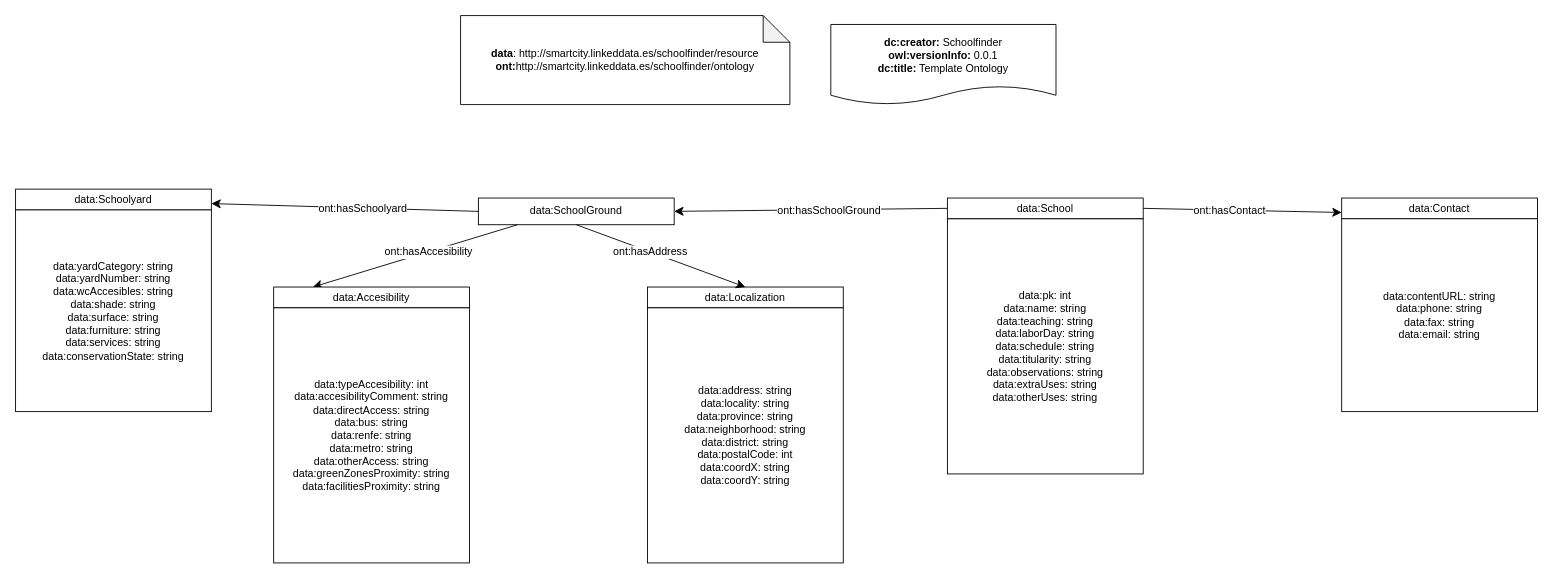
This is HandsOn/Group03/ontology/Ontology_school_finder-diagram.drawio.xml from FacultadInformatica-LinkedData/Curso2022-2023-ODKG, a draw.io file, before an edit. Source tidied: cells renumbered, new cells numbered last; positions are measured from the earlier drawing's top-left corner, leaving out a move shared by most shapes. Both pictures are drawn from the tidied source at 89%, with x=0, y=0 at pixel (15, 15).
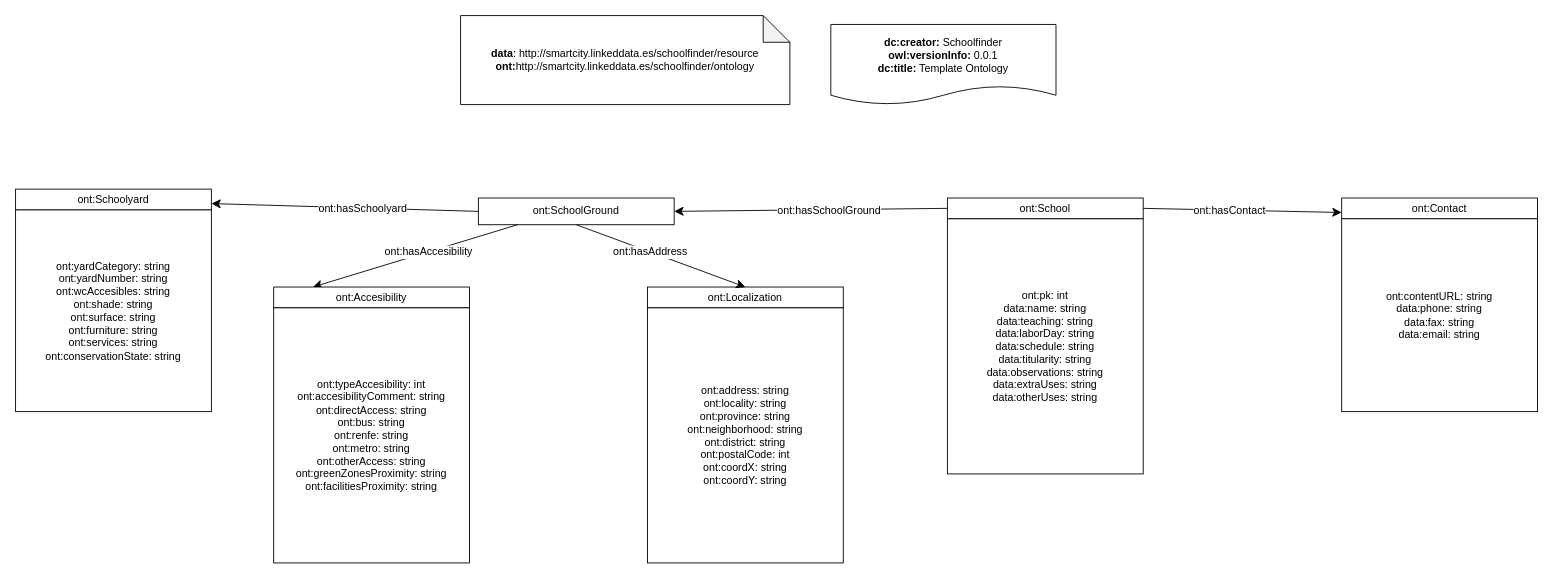
The same diagram, later.

Commit message (it also covers changes not shown here):
Corrected ontology and diagram

The change refers to these unchanged cells:
```xml
<mxCell id="4" style="group;" parent="1" vertex="1">
  <mxGeometry x="1047" y="205" width="220" height="310" as="geometry" />
</mxCell>
<mxCell id="12" style="group;" parent="1" vertex="1">
  <mxGeometry x="710" y="305" width="220" height="310" as="geometry" />
</mxCell>
<mxCell id="15" style="group;" parent="1" vertex="1">
  <mxGeometry x="290" y="305" width="220" height="310" as="geometry" />
</mxCell>
<mxCell id="20" style="group;" parent="1" vertex="1">
  <mxGeometry y="195" width="220" height="310" as="geometry" />
</mxCell>
```

The edit, as a diff of the source:
```diff
@@
-    <mxCell id="5" value="data:pk: int&lt;br&gt;data:name: string&lt;br&gt;data:teaching: string&lt;br&gt;data:laborDay: string&lt;br&gt;data:schedule: string&lt;br&gt;data:titularity: string&lt;br&gt;data:observations: string&lt;br&gt;data:extraUses: string&lt;br&gt;data:otherUses: string" style="rounded=0;whiteSpace=wrap;html=1;" parent="4" vertex="1">
+    <mxCell id="5" value="ont:pk: int&lt;br&gt;data:name: string&lt;br&gt;data:teaching: string&lt;br&gt;data:laborDay: string&lt;br&gt;data:schedule: string&lt;br&gt;data:titularity: string&lt;br&gt;data:observations: string&lt;br&gt;data:extraUses: string&lt;br&gt;data:otherUses: string" style="rounded=0;whiteSpace=wrap;html=1;" parent="4" vertex="1">
       <mxGeometry y="23.3" width="220" height="286.7" as="geometry" />
     </mxCell>
-    <mxCell id="6" value="data:School" style="rounded=0;whiteSpace=wrap;html=1;snapToPoint=1;points=[[0.1,0],[0.2,0],[0.3,0],[0.4,0],[0.5,0],[0.6,0],[0.7,0],[0.8,0],[0.9,0],[0,0.1],[0,0.3],[0,0.5],[0,0.7],[0,0.9],[0.1,1],[0.2,1],[0.3,1],[0.4,1],[0.5,1],[0.6,1],[0.7,1],[0.8,1],[0.9,1],[1,0.1],[1,0.3],[1,0.5],[1,0.7],[1,0.9]];" parent="4" vertex="1">
+    <mxCell id="6" value="ont:School" style="rounded=0;whiteSpace=wrap;html=1;snapToPoint=1;points=[[0.1,0],[0.2,0],[0.3,0],[0.4,0],[0.5,0],[0.6,0],[0.7,0],[0.8,0],[0.9,0],[0,0.1],[0,0.3],[0,0.5],[0,0.7],[0,0.9],[0.1,1],[0.2,1],[0.3,1],[0.4,1],[0.5,1],[0.6,1],[0.7,1],[0.8,1],[0.9,1],[1,0.1],[1,0.3],[1,0.5],[1,0.7],[1,0.9]];" parent="4" vertex="1">
       <mxGeometry width="220" height="23.2" as="geometry" />
     </mxCell>
-    <mxCell id="7" value="data:SchoolGround" style="rounded=0;whiteSpace=wrap;html=1;snapToPoint=1;points=[[0.1,0],[0.2,0],[0.3,0],[0.4,0],[0.5,0],[0.6,0],[0.7,0],[0.8,0],[0.9,0],[0,0.1],[0,0.3],[0,0.5],[0,0.7],[0,0.9],[0.1,1],[0.2,1],[0.3,1],[0.4,1],[0.5,1],[0.6,1],[0.7,1],[0.8,1],[0.9,1],[1,0.1],[1,0.3],[1,0.5],[1,0.7],[1,0.9]];" parent="1" vertex="1">
+    <mxCell id="7" value="ont:SchoolGround" style="rounded=0;whiteSpace=wrap;html=1;snapToPoint=1;points=[[0.1,0],[0.2,0],[0.3,0],[0.4,0],[0.5,0],[0.6,0],[0.7,0],[0.8,0],[0.9,0],[0,0.1],[0,0.3],[0,0.5],[0,0.7],[0,0.9],[0.1,1],[0.2,1],[0.3,1],[0.4,1],[0.5,1],[0.6,1],[0.7,1],[0.8,1],[0.9,1],[1,0.1],[1,0.3],[1,0.5],[1,0.7],[1,0.9]];" parent="1" vertex="1">
       <mxGeometry x="520" y="205" width="220" height="30" as="geometry" />
     </mxCell>
@@
-    <mxCell id="13" value="data:address: string&lt;br&gt;data:locality: string&lt;br&gt;data:province: string&lt;br&gt;data:neighborhood: string&lt;br&gt;data:district: string&lt;br&gt;data:postalCode: int&lt;br&gt;data:coordX: string&lt;br&gt;data:coordY: string" style="rounded=0;whiteSpace=wrap;html=1;" parent="12" vertex="1">
+    <mxCell id="13" value="ont:address: string&lt;br&gt;ont:locality: string&lt;br&gt;ont:province: string&lt;br&gt;ont:neighborhood: string&lt;br&gt;ont:district: string&lt;br&gt;ont:postalCode: int&lt;br&gt;ont:coordX: string&lt;br&gt;ont:coordY: string" style="rounded=0;whiteSpace=wrap;html=1;" parent="12" vertex="1">
       <mxGeometry y="23.3" width="220" height="286.7" as="geometry" />
     </mxCell>
-    <mxCell id="14" value="data:Localization" style="rounded=0;whiteSpace=wrap;html=1;snapToPoint=1;points=[[0.1,0],[0.2,0],[0.3,0],[0.4,0],[0.5,0],[0.6,0],[0.7,0],[0.8,0],[0.9,0],[0,0.1],[0,0.3],[0,0.5],[0,0.7],[0,0.9],[0.1,1],[0.2,1],[0.3,1],[0.4,1],[0.5,1],[0.6,1],[0.7,1],[0.8,1],[0.9,1],[1,0.1],[1,0.3],[1,0.5],[1,0.7],[1,0.9]];" parent="12" vertex="1">
+    <mxCell id="14" value="ont:Localization" style="rounded=0;whiteSpace=wrap;html=1;snapToPoint=1;points=[[0.1,0],[0.2,0],[0.3,0],[0.4,0],[0.5,0],[0.6,0],[0.7,0],[0.8,0],[0.9,0],[0,0.1],[0,0.3],[0,0.5],[0,0.7],[0,0.9],[0.1,1],[0.2,1],[0.3,1],[0.4,1],[0.5,1],[0.6,1],[0.7,1],[0.8,1],[0.9,1],[1,0.1],[1,0.3],[1,0.5],[1,0.7],[1,0.9]];" parent="12" vertex="1">
       <mxGeometry width="220" height="23.2" as="geometry" />
     </mxCell>
@@
-    <mxCell id="16" value="data:typeAccesibility: int&lt;br&gt;data:accesibilityComment: string&lt;br&gt;data:directAccess: string&lt;br&gt;data:bus: string&lt;br&gt;data:renfe: string&lt;br&gt;data:metro: string&lt;br&gt;data:otherAccess: string&lt;br&gt;data:greenZonesProximity: string&lt;br&gt;data:facilitiesProximity: string" style="rounded=0;whiteSpace=wrap;html=1;" parent="15" vertex="1">
+    <mxCell id="16" value="ont:typeAccesibility: int&lt;br&gt;ont:accesibilityComment: string&lt;br&gt;ont:directAccess: string&lt;br&gt;ont:bus: string&lt;br&gt;ont:renfe: string&lt;br&gt;ont:metro: string&lt;br&gt;ont:otherAccess: string&lt;br&gt;ont:greenZonesProximity: string&lt;br&gt;ont:facilitiesProximity: string" style="rounded=0;whiteSpace=wrap;html=1;" parent="15" vertex="1">
       <mxGeometry y="23.3" width="220" height="286.7" as="geometry" />
     </mxCell>
-    <mxCell id="17" value="data:Accesibility" style="rounded=0;whiteSpace=wrap;html=1;snapToPoint=1;points=[[0.1,0],[0.2,0],[0.3,0],[0.4,0],[0.5,0],[0.6,0],[0.7,0],[0.8,0],[0.9,0],[0,0.1],[0,0.3],[0,0.5],[0,0.7],[0,0.9],[0.1,1],[0.2,1],[0.3,1],[0.4,1],[0.5,1],[0.6,1],[0.7,1],[0.8,1],[0.9,1],[1,0.1],[1,0.3],[1,0.5],[1,0.7],[1,0.9]];" parent="15" vertex="1">
+    <mxCell id="17" value="ont:Accesibility" style="rounded=0;whiteSpace=wrap;html=1;snapToPoint=1;points=[[0.1,0],[0.2,0],[0.3,0],[0.4,0],[0.5,0],[0.6,0],[0.7,0],[0.8,0],[0.9,0],[0,0.1],[0,0.3],[0,0.5],[0,0.7],[0,0.9],[0.1,1],[0.2,1],[0.3,1],[0.4,1],[0.5,1],[0.6,1],[0.7,1],[0.8,1],[0.9,1],[1,0.1],[1,0.3],[1,0.5],[1,0.7],[1,0.9]];" parent="15" vertex="1">
       <mxGeometry width="220" height="23.2" as="geometry" />
     </mxCell>
@@
-    <mxCell id="21" value="data:yardCategory: string&lt;br&gt;data:yardNumber: string&lt;br&gt;data:wcAccesibles: string&lt;br&gt;data:shade: string&lt;br&gt;data:surface: string&lt;br&gt;data:furniture: string&lt;br&gt;data:services: string&lt;br&gt;data:conservationState: string" style="rounded=0;whiteSpace=wrap;html=1;" parent="20" vertex="1">
+    <mxCell id="21" value="ont:yardCategory: string&lt;br&gt;ont:yardNumber: string&lt;br&gt;ont:wcAccesibles: string&lt;br&gt;ont:shade: string&lt;br&gt;ont:surface: string&lt;br&gt;ont:furniture: string&lt;br&gt;ont:services: string&lt;br&gt;ont:conservationState: string" style="rounded=0;whiteSpace=wrap;html=1;" parent="20" vertex="1">
       <mxGeometry y="23.2" width="220" height="226.8" as="geometry" />
     </mxCell>
-    <mxCell id="22" value="data:Schoolyard" style="rounded=0;whiteSpace=wrap;html=1;snapToPoint=1;points=[[0.1,0],[0.2,0],[0.3,0],[0.4,0],[0.5,0],[0.6,0],[0.7,0],[0.8,0],[0.9,0],[0,0.1],[0,0.3],[0,0.5],[0,0.7],[0,0.9],[0.1,1],[0.2,1],[0.3,1],[0.4,1],[0.5,1],[0.6,1],[0.7,1],[0.8,1],[0.9,1],[1,0.1],[1,0.3],[1,0.5],[1,0.7],[1,0.9]];" parent="20" vertex="1">
+    <mxCell id="22" value="ont:Schoolyard" style="rounded=0;whiteSpace=wrap;html=1;snapToPoint=1;points=[[0.1,0],[0.2,0],[0.3,0],[0.4,0],[0.5,0],[0.6,0],[0.7,0],[0.8,0],[0.9,0],[0,0.1],[0,0.3],[0,0.5],[0,0.7],[0,0.9],[0.1,1],[0.2,1],[0.3,1],[0.4,1],[0.5,1],[0.6,1],[0.7,1],[0.8,1],[0.9,1],[1,0.1],[1,0.3],[1,0.5],[1,0.7],[1,0.9]];" parent="20" vertex="1">
       <mxGeometry width="220" height="23.2" as="geometry" />
     </mxCell>
@@
-    <mxCell id="25" value="data:contentURL: string&lt;br&gt;data:phone: string&lt;br&gt;data:fax: string&lt;br&gt;data:email: string" style="rounded=0;whiteSpace=wrap;html=1;" parent="1" vertex="1">
+    <mxCell id="25" value="ont:contentURL: string&lt;br&gt;data:phone: string&lt;br&gt;data:fax: string&lt;br&gt;data:email: string" style="rounded=0;whiteSpace=wrap;html=1;" parent="1" vertex="1">
       <mxGeometry x="1490" y="228.2" width="220" height="216.8" as="geometry" />
     </mxCell>
-    <mxCell id="26" value="data:Contact" style="rounded=0;whiteSpace=wrap;html=1;snapToPoint=1;points=[[0.1,0],[0.2,0],[0.3,0],[0.4,0],[0.5,0],[0.6,0],[0.7,0],[0.8,0],[0.9,0],[0,0.1],[0,0.3],[0,0.5],[0,0.7],[0,0.9],[0.1,1],[0.2,1],[0.3,1],[0.4,1],[0.5,1],[0.6,1],[0.7,1],[0.8,1],[0.9,1],[1,0.1],[1,0.3],[1,0.5],[1,0.7],[1,0.9]];" parent="1" vertex="1">
+    <mxCell id="26" value="ont:Contact" style="rounded=0;whiteSpace=wrap;html=1;snapToPoint=1;points=[[0.1,0],[0.2,0],[0.3,0],[0.4,0],[0.5,0],[0.6,0],[0.7,0],[0.8,0],[0.9,0],[0,0.1],[0,0.3],[0,0.5],[0,0.7],[0,0.9],[0.1,1],[0.2,1],[0.3,1],[0.4,1],[0.5,1],[0.6,1],[0.7,1],[0.8,1],[0.9,1],[1,0.1],[1,0.3],[1,0.5],[1,0.7],[1,0.9]];" parent="1" vertex="1">
       <mxGeometry x="1490" y="205" width="220" height="23.2" as="geometry" />
     </mxCell>
```
